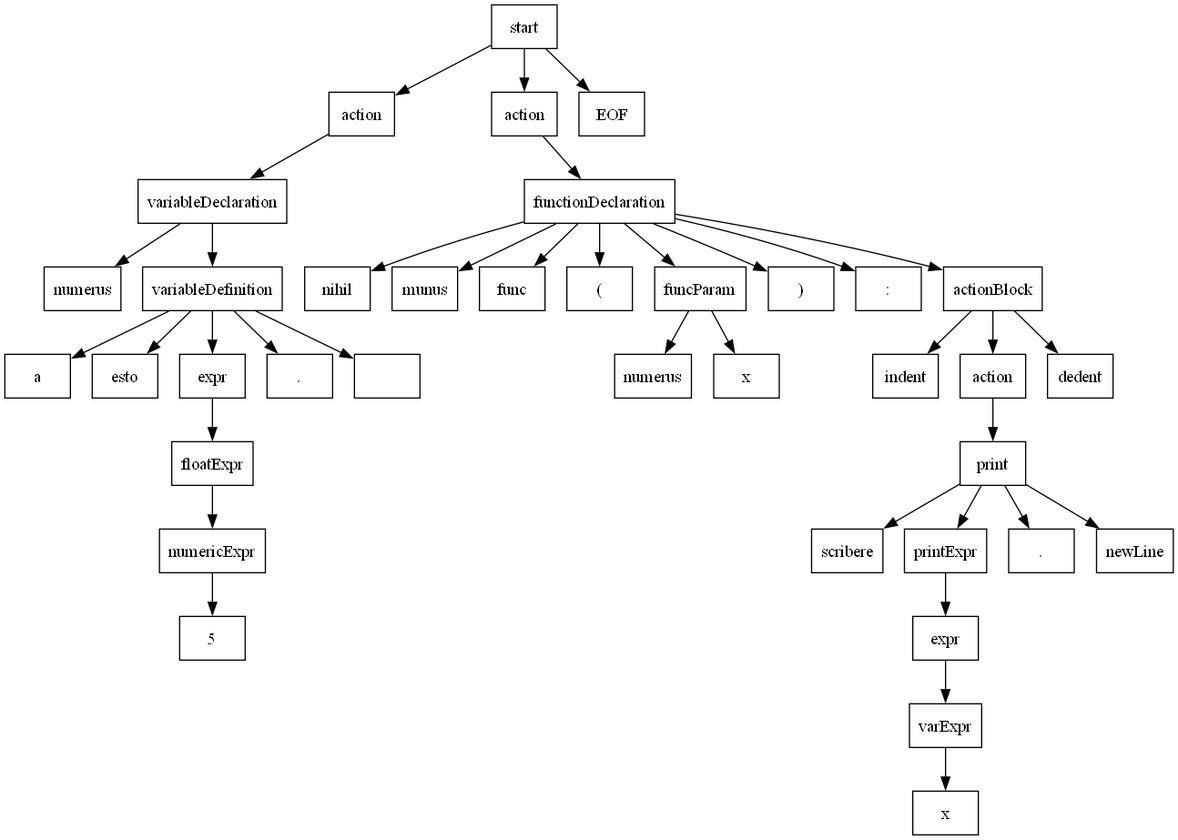
Above: tree.png in marcinwolder/scriptorium (Graphviz), before the change. Its source is kept beside it as tree.dot.
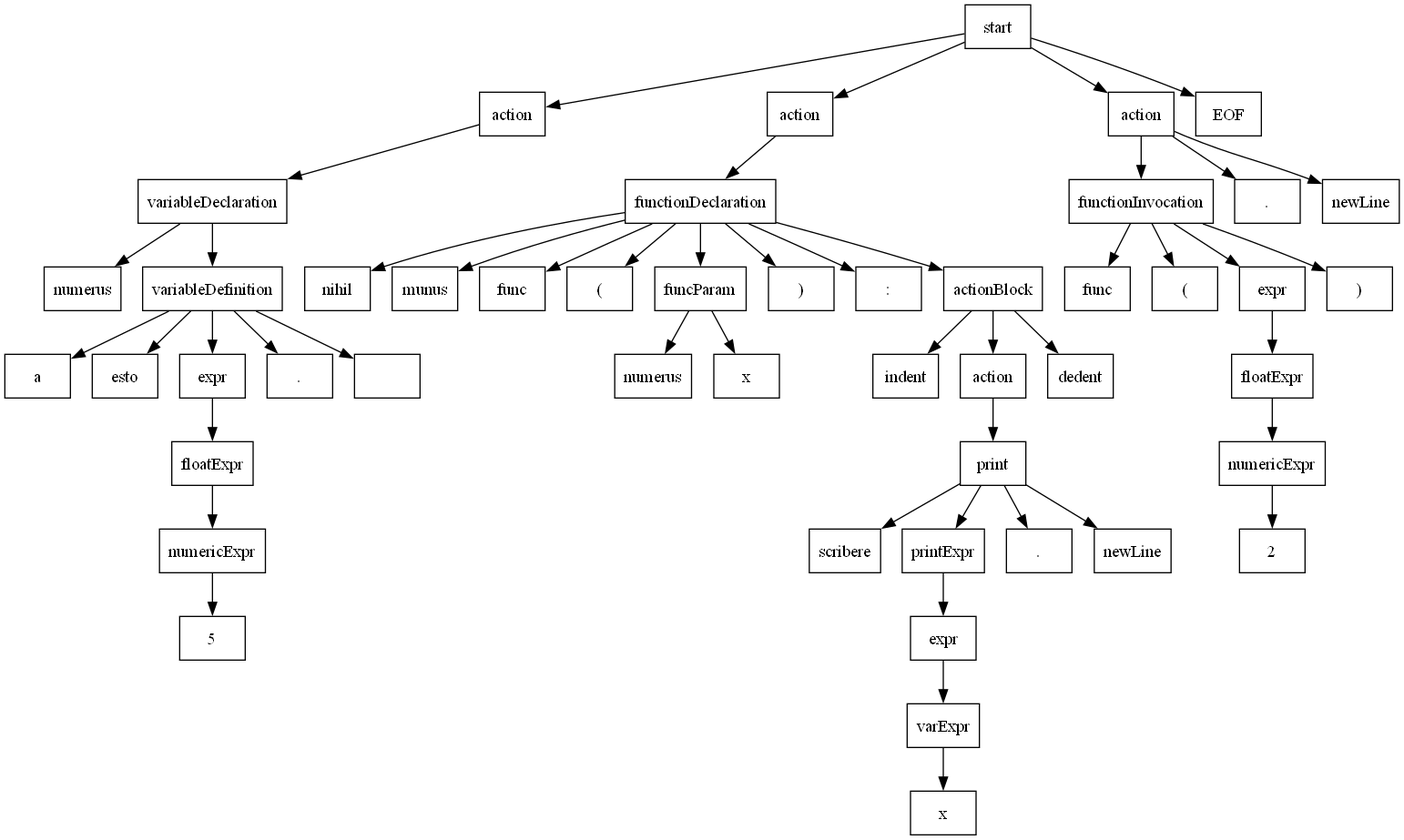
The same diagram one commit later.

What changed in the source:
```diff
@@ -36,7 +36,18 @@
 33 [label=".", shape=box];
 34 [label=newLine, shape=box];
 35 [label=dedent, shape=box];
-36 [label=<EOF>, shape=box];
+36 [label=action, shape=box];
+37 [label=functionInvocation, shape=box];
+38 [label=func, shape=box];
+39 [label="(", shape=box];
+40 [label=expr, shape=box];
+41 [label=floatExpr, shape=box];
+42 [label=numericExpr, shape=box];
+43 [label=2, shape=box];
+44 [label=")", shape=box];
+45 [label=".", shape=box];
+46 [label=newLine, shape=box];
+47 [label=<EOF>, shape=box];
 2 -> 3;
 4 -> 5;
 4 -> 6;
@@ -72,5 +83,16 @@
 14 -> 24;
 13 -> 14;
 0 -> 13;
+37 -> 38;
+37 -> 39;
+42 -> 43;
+41 -> 42;
+40 -> 41;
+37 -> 40;
+37 -> 44;
+36 -> 37;
+36 -> 45;
+36 -> 46;
 0 -> 36;
+0 -> 47;
 }
```
